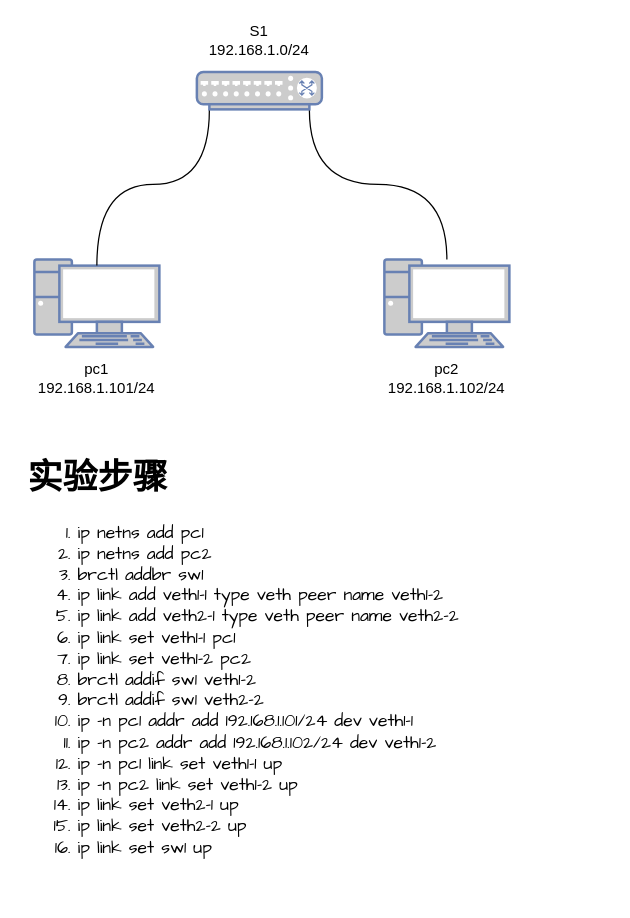
Above: page "switch" (9 of 12) of network_trainning.drawio in garryfan2013/network_trainning (draw.io), before the change. Source tidied: cells renumbered, new cells numbered last; positions are measured from the earlier drawing's top-left corner, leaving out a move shared by most shapes. Both pictures are drawn from the tidied source at 125%, with x=0, y=0 at pixel (21, 21).
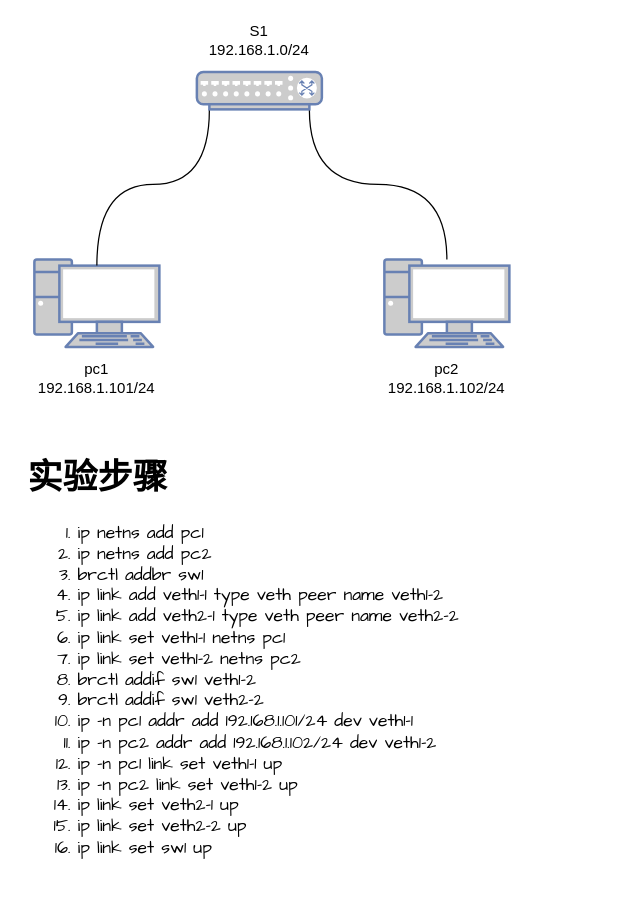
Above is the later version.

Commit message (it also covers changes not shown here):
fix ip link set netns error

What changed in the source:
```diff
@@
 <mxGraphModel>
   <root>
     <mxCell id="0" />
     <mxCell id="1" parent="0" />
     <mxCell id="2" style="fontColor=#0066CC;verticalAlign=top;verticalLabelPosition=bottom;labelPosition=center;align=center;html=1;outlineConnect=0;fillColor=#CCCCCC;strokeColor=#6881B3;gradientColor=none;gradientDirection=north;strokeWidth=2;shape=mxgraph.networks.pc;" parent="1" vertex="1">
       <mxGeometry x="10" y="190" width="100" height="70" as="geometry" />
     </mxCell>
     <mxCell id="3" style="fontColor=#0066CC;verticalAlign=top;verticalLabelPosition=bottom;labelPosition=center;align=center;html=1;outlineConnect=0;fillColor=#CCCCCC;strokeColor=#6881B3;gradientColor=none;gradientDirection=north;strokeWidth=2;shape=mxgraph.networks.pc;" parent="1" vertex="1">
       <mxGeometry x="290" y="190" width="100" height="70" as="geometry" />
     </mxCell>
     <mxCell id="4" style="rounded=0;jettySize=auto;html=1;entryX=0.5;entryY=0.07;entryDx=0;entryDy=0;entryPerimeter=0;elbow=vertical;edgeStyle=orthogonalEdgeStyle;curved=1;endArrow=none;endFill=0;exitX=0.1;exitY=1;exitDx=0;exitDy=0;exitPerimeter=0;" parent="1" edge="1" source="6" target="2">
       <mxGeometry relative="1" as="geometry" />
     </mxCell>
     <mxCell id="5" style="edgeStyle=orthogonalEdgeStyle;rounded=0;jettySize=auto;elbow=vertical;html=1;exitX=0.9;exitY=1;exitDx=0;exitDy=0;exitPerimeter=0;endArrow=none;endFill=0;curved=1;" parent="1" edge="1" source="6" target="3">
       <mxGeometry relative="1" as="geometry" />
     </mxCell>
     <mxCell id="6" style="fontColor=#0066CC;verticalAlign=top;verticalLabelPosition=bottom;labelPosition=center;align=center;html=1;outlineConnect=0;fillColor=#CCCCCC;strokeColor=#6881B3;gradientColor=none;gradientDirection=north;strokeWidth=2;shape=mxgraph.networks.switch;" parent="1" vertex="1">
       <mxGeometry x="140" y="40" width="100" height="30" as="geometry" />
     </mxCell>
     <mxCell id="7" value="S1&lt;br&gt;192.168.1.0/24" style="text;html=1;strokeColor=none;fillColor=none;align=center;verticalAlign=middle;whiteSpace=wrap;rounded=0;dashed=1;" parent="1" vertex="1">
       <mxGeometry x="130" width="120" height="30" as="geometry" />
     </mxCell>
     <mxCell id="8" value="pc1&lt;br&gt;192.168.1.101/24" style="text;html=1;strokeColor=none;fillColor=none;align=center;verticalAlign=middle;whiteSpace=wrap;rounded=0;dashed=1;" parent="1" vertex="1">
       <mxGeometry y="270" width="120" height="30" as="geometry" />
     </mxCell>
     <mxCell id="9" value="pc2&lt;br&gt;192.168.1.102/24" style="text;html=1;strokeColor=none;fillColor=none;align=center;verticalAlign=middle;whiteSpace=wrap;rounded=0;dashed=1;" parent="1" vertex="1">
       <mxGeometry x="280" y="270" width="120" height="30" as="geometry" />
     </mxCell>
-    <mxCell id="10" value="&lt;h1&gt;实验步骤&lt;/h1&gt;&lt;p&gt;&lt;/p&gt;&lt;ol&gt;&lt;li&gt;ip netns add pc1&lt;/li&gt;&lt;li&gt;ip netns add pc2&lt;/li&gt;&lt;li&gt;brctl addbr sw1&lt;/li&gt;&lt;li&gt;ip link add veth1-1 type veth peer name veth1-2&lt;/li&gt;&lt;li&gt;ip link add veth2-1 type veth peer name veth2-2&lt;/li&gt;&lt;li&gt;ip link set veth1-1 pc1&lt;/li&gt;&lt;li&gt;ip link set veth1-2 pc2&lt;/li&gt;&lt;li&gt;brctl addif sw1 veth1-2&lt;/li&gt;&lt;li&gt;brctl addif sw1 veth2-2&lt;/li&gt;&lt;li&gt;ip -n pc1 addr add 192.168.1.101/24 dev veth1-1&lt;/li&gt;&lt;li&gt;ip -n pc2 addr add 192.168.1.102/24 dev veth1-2&lt;/li&gt;&lt;li&gt;ip -n pc1 link set veth1-1 up&lt;/li&gt;&lt;li&gt;ip -n pc2 link set veth1-2 up&lt;/li&gt;&lt;li&gt;ip link set veth2-1 up&lt;/li&gt;&lt;li&gt;ip link set veth2-2 up&lt;/li&gt;&lt;li&gt;ip link set sw1 up&lt;/li&gt;&lt;/ol&gt;&lt;p&gt;&lt;/p&gt;" style="text;html=1;strokeColor=none;fillColor=none;spacing=5;spacingTop=-20;whiteSpace=wrap;overflow=hidden;rounded=0;fontFamily=Comic Sans MS;fontSize=14;" parent="1" vertex="1">
+    <mxCell id="10" value="&lt;h1&gt;实验步骤&lt;/h1&gt;&lt;p&gt;&lt;/p&gt;&lt;ol&gt;&lt;li&gt;ip netns add pc1&lt;/li&gt;&lt;li&gt;ip netns add pc2&lt;/li&gt;&lt;li&gt;brctl addbr sw1&lt;/li&gt;&lt;li&gt;ip link add veth1-1 type veth peer name veth1-2&lt;/li&gt;&lt;li&gt;ip link add veth2-1 type veth peer name veth2-2&lt;/li&gt;&lt;li&gt;ip link set veth1-1 netns pc1&lt;/li&gt;&lt;li&gt;ip link set veth1-2 netns pc2&lt;/li&gt;&lt;li&gt;brctl addif sw1 veth1-2&lt;/li&gt;&lt;li&gt;brctl addif sw1 veth2-2&lt;/li&gt;&lt;li&gt;ip -n pc1 addr add 192.168.1.101/24 dev veth1-1&lt;/li&gt;&lt;li&gt;ip -n pc2 addr add 192.168.1.102/24 dev veth1-2&lt;/li&gt;&lt;li&gt;ip -n pc1 link set veth1-1 up&lt;/li&gt;&lt;li&gt;ip -n pc2 link set veth1-2 up&lt;/li&gt;&lt;li&gt;ip link set veth2-1 up&lt;/li&gt;&lt;li&gt;ip link set veth2-2 up&lt;/li&gt;&lt;li&gt;ip link set sw1 up&lt;/li&gt;&lt;/ol&gt;&lt;p&gt;&lt;/p&gt;" style="text;html=1;strokeColor=none;fillColor=none;spacing=5;spacingTop=-20;whiteSpace=wrap;overflow=hidden;rounded=0;fontFamily=Comic Sans MS;fontSize=14;" parent="1" vertex="1">
       <mxGeometry y="340" width="470" height="360" as="geometry" />
     </mxCell>
   </root>
 </mxGraphModel>
```
